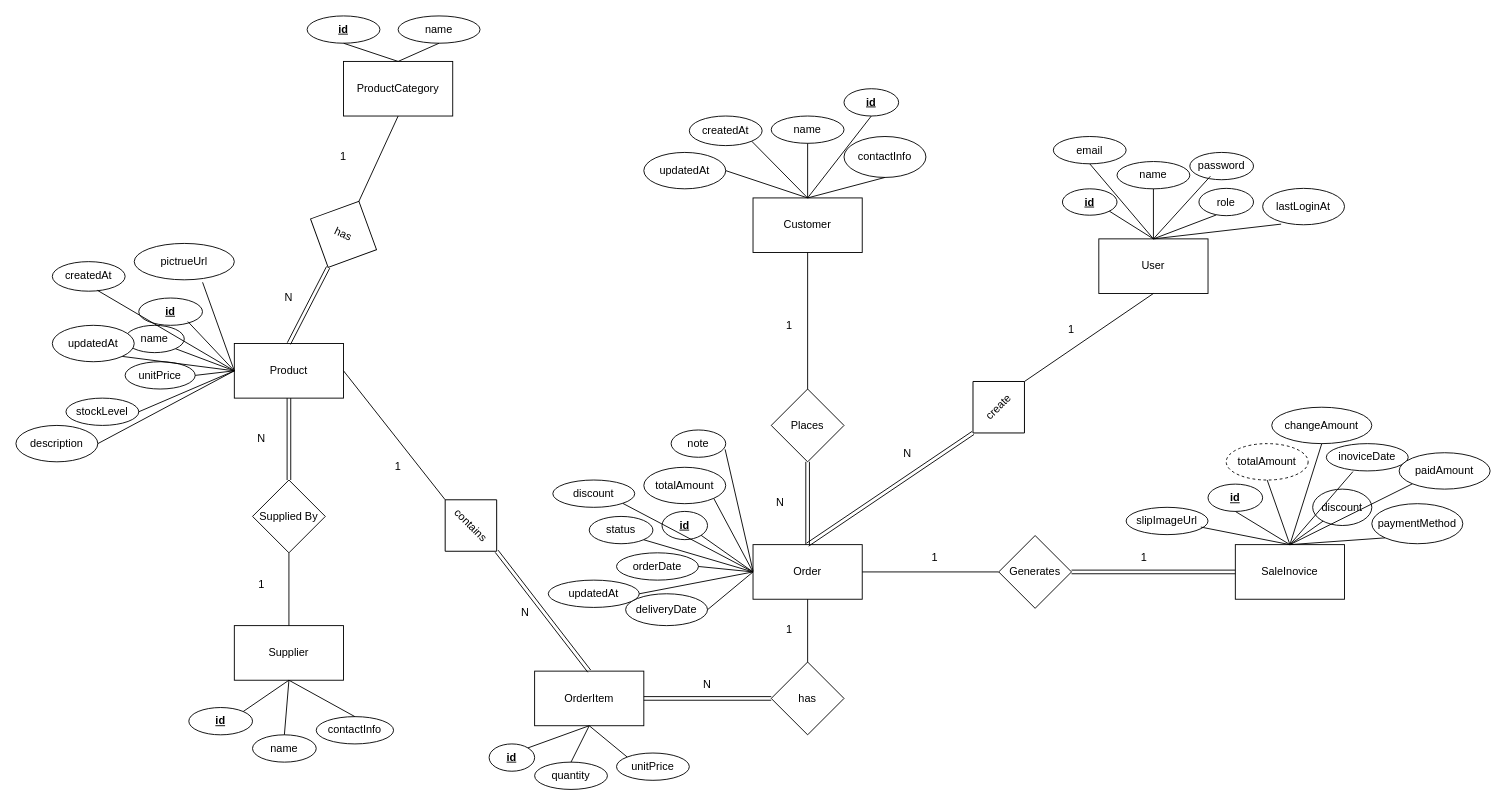
This is Er Diagram - POS.drawio from firstone6408/KKU-SoftwareDesign-Project-POS, a draw.io file, before an edit. Source tidied: cells renumbered, new cells numbered last; positions are measured from the earlier drawing's top-left corner, leaving out a move shared by most shapes. Both pictures are drawn from the tidied source at 91%, with x=0, y=0 at pixel (15, 15).
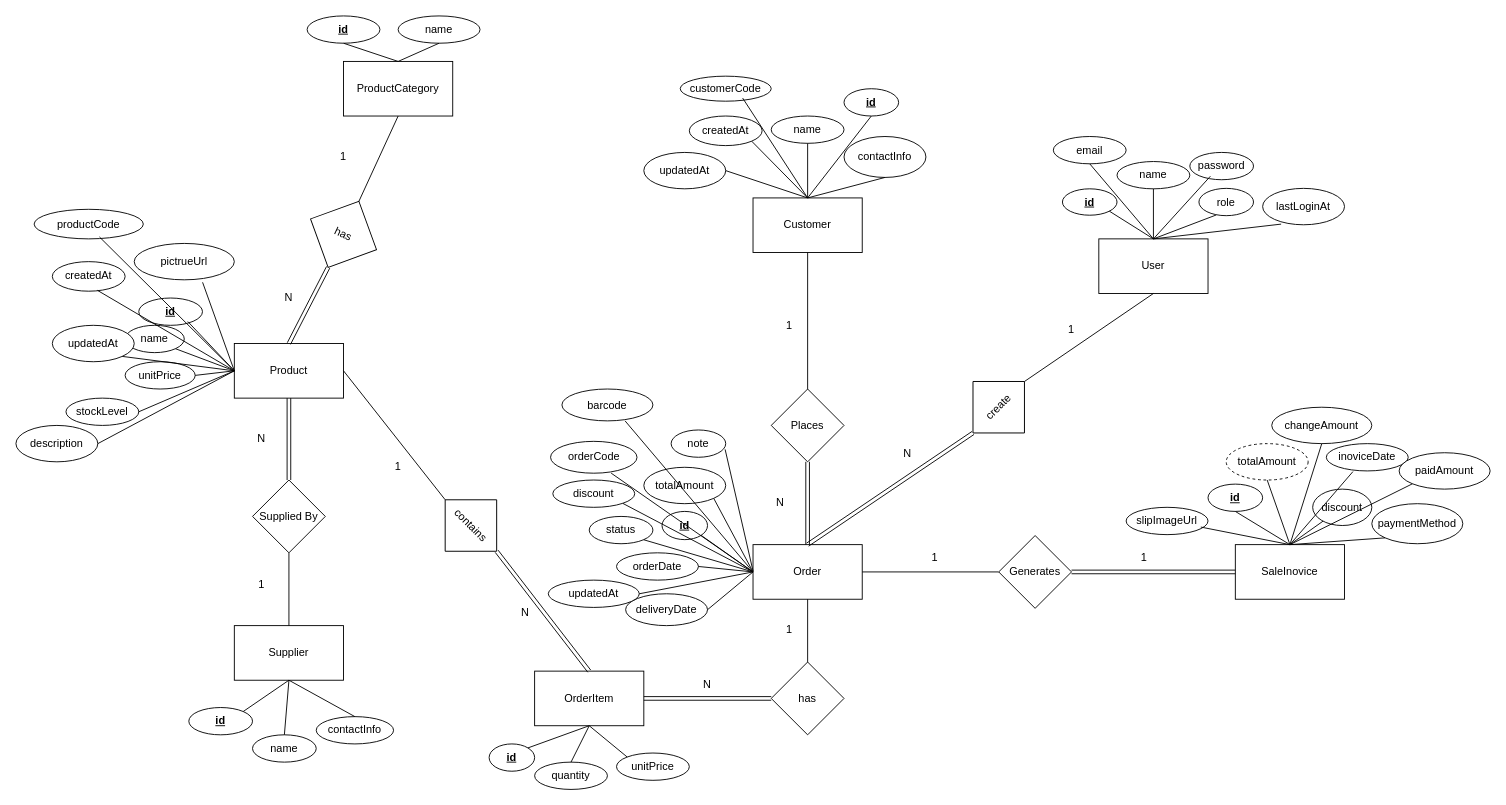
Above is the later version.

Commit message:
feat(diagram): update ER diagram with new attributes and relationships for order, customer, and product entities

Unchanged cells that the change refers to:
```xml
<mxCell id="3" value="Product" style="rounded=0;whiteSpace=wrap;html=1;" parent="1" vertex="1">
  <mxGeometry x="240" y="360" width="120" height="60" as="geometry" />
</mxCell>
<mxCell id="5" value="Order" style="rounded=0;whiteSpace=wrap;html=1;" parent="1" vertex="1">
  <mxGeometry x="810" y="581" width="120" height="60" as="geometry" />
</mxCell>
```

Diff of the diagram source:
```diff
@@
+    <mxCell id="131" value="orderCode" style="ellipse;whiteSpace=wrap;html=1;" parent="1" vertex="1">
+      <mxGeometry x="587.5" y="467.5" width="95" height="35" as="geometry" />
+    </mxCell>
+    <mxCell id="132" style="endArrow=none;html=1;entryX=0.701;entryY=0.998;entryDx=0;entryDy=0;entryPerimeter=0;exitX=0;exitY=0.5;exitDx=0;exitDy=0;" parent="1" edge="1" source="5" target="131">
+      <mxGeometry relative="1" as="geometry" />
+    </mxCell>
+    <mxCell id="133" value="customerCode" style="ellipse;whiteSpace=wrap;html=1;" parent="1" vertex="1">
+      <mxGeometry x="730" y="66.2" width="100" height="27.5" as="geometry" />
+    </mxCell>
+    <mxCell id="134" style="endArrow=none;html=1;exitX=0.686;exitY=0.875;exitDx=0;exitDy=0;exitPerimeter=0;" parent="1" edge="1" source="133">
+      <mxGeometry relative="1" as="geometry">
+        <mxPoint x="870" y="200" as="targetPoint" />
+      </mxGeometry>
+    </mxCell>
+    <mxCell id="135" value="productCode" style="ellipse;whiteSpace=wrap;html=1;" parent="1" vertex="1">
+      <mxGeometry x="20" y="212.5" width="120" height="32.5" as="geometry" />
+    </mxCell>
+    <mxCell id="136" style="endArrow=none;html=1;entryX=0.598;entryY=0.934;entryDx=0;entryDy=0;entryPerimeter=0;exitX=0;exitY=0.5;exitDx=0;exitDy=0;" parent="1" edge="1" source="3" target="135">
+      <mxGeometry relative="1" as="geometry" />
+    </mxCell>
+    <mxCell id="137" value="barcode" style="ellipse;whiteSpace=wrap;html=1;" parent="1" vertex="1">
+      <mxGeometry x="600" y="410" width="100" height="35" as="geometry" />
+    </mxCell>
+    <mxCell id="138" style="endArrow=none;html=1;entryX=0.694;entryY=1.001;entryDx=0;entryDy=0;entryPerimeter=0;exitX=0;exitY=0.5;exitDx=0;exitDy=0;" parent="1" edge="1" source="5" target="137">
+      <mxGeometry relative="1" as="geometry" />
+    </mxCell>
```
